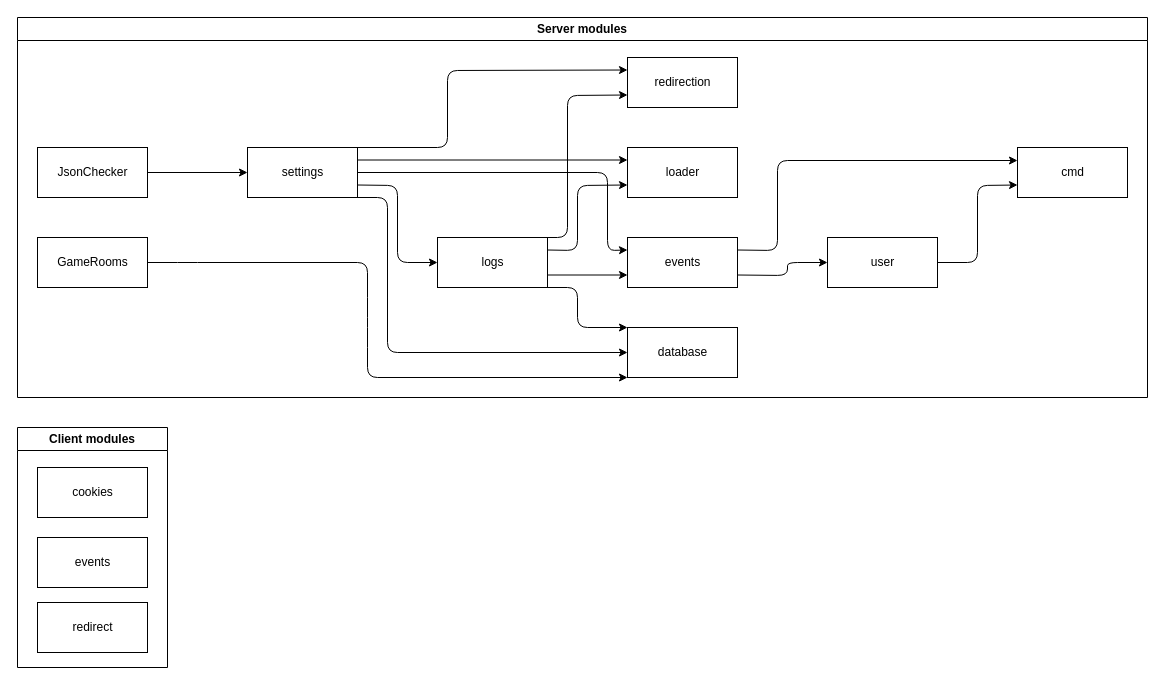
Above: useful_docs/modules.drawio in T0ine34/ortelo (draw.io), before the change. Source tidied: cells renumbered, new cells numbered last; positions are measured from the earlier drawing's top-left corner, leaving out a move shared by most shapes. Both pictures are drawn from the tidied source at 100%, with x=0, y=0 at pixel (17, 17).
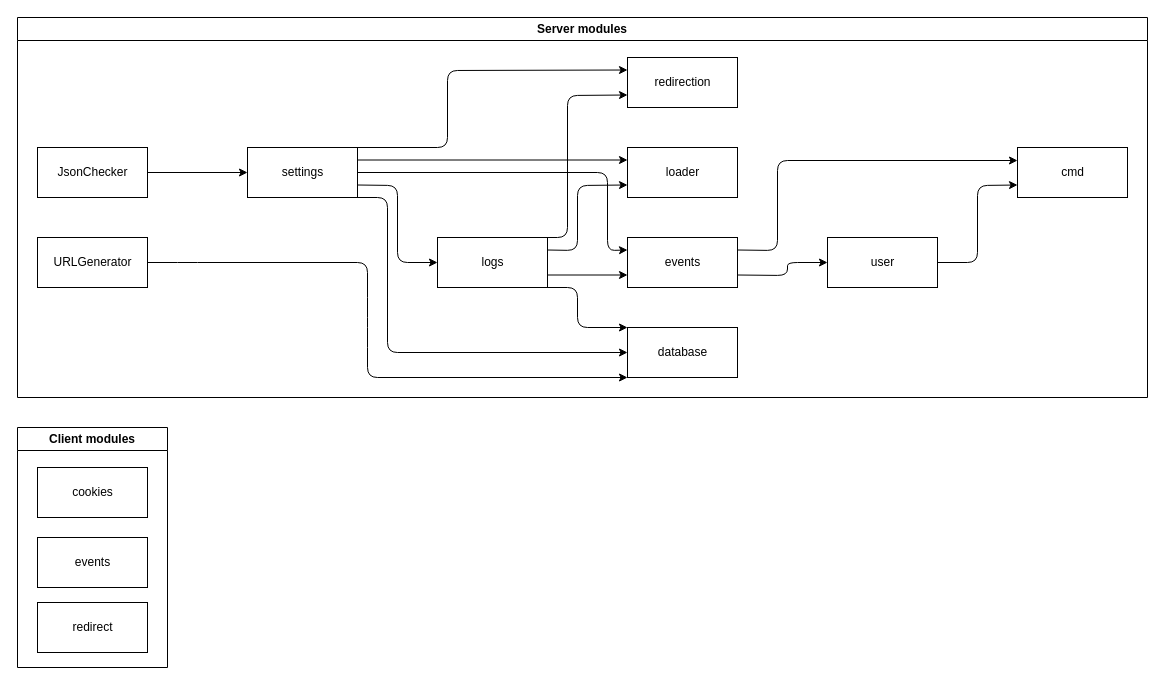
The same diagram, later.

The change refers to these unchanged cells:
```xml
<mxCell id="2" value="Server modules" style="swimlane;whiteSpace=wrap;html=1;" parent="1" vertex="1">
  <mxGeometry width="1130" height="380" as="geometry" />
</mxCell>
```

The edit, as a diff of the source:
```diff
@@
-    <mxCell id="22" value="GameRooms" style="html=1;" parent="2" vertex="1">
+    <mxCell id="22" value="URLGenerator" style="html=1;" parent="2" vertex="1">
       <mxGeometry x="20" y="220" width="110" height="50" as="geometry" />
     </mxCell>
```
